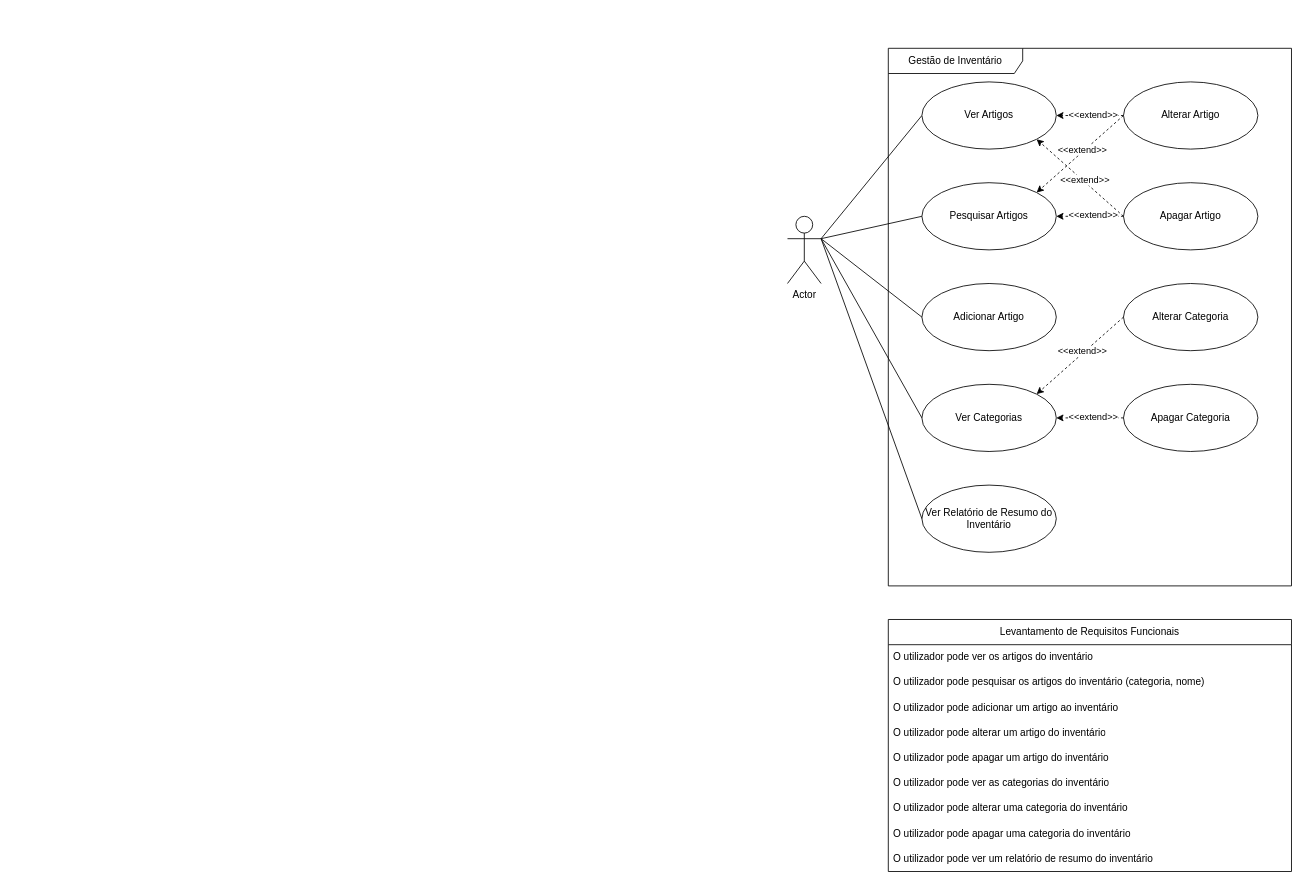
The draw.io diagram Diagrama de Casos de Uso e Levantamento Requisitos.drawio in raqlib/Projeto_Final, before the edit. Source tidied: cells renumbered, new cells numbered last; positions are measured from the earlier drawing's top-left corner, leaving out a move shared by most shapes. Both pictures are drawn from the tidied source at 84%, with x=0, y=0 at pixel (787, 48).
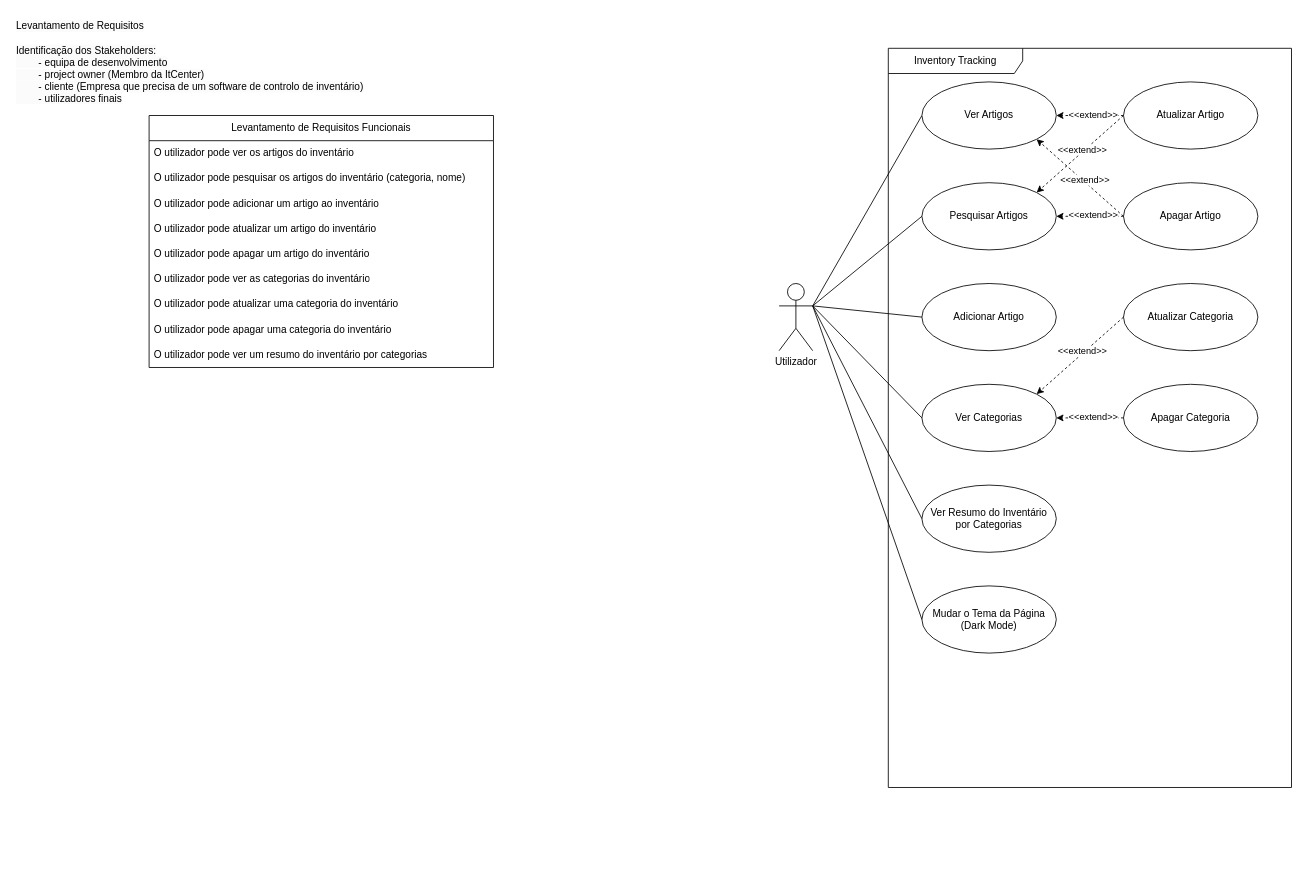
After the change.

The edit, as a diff of the source:
```diff
@@
-    <mxCell id="3" value="Actor" style="shape=umlActor;verticalLabelPosition=bottom;verticalAlign=top;html=1;outlineConnect=0;" parent="1" vertex="1">
-      <mxGeometry y="200" width="40" height="80" as="geometry" />
+    <mxCell id="3" value="Utilizador" style="shape=umlActor;verticalLabelPosition=bottom;verticalAlign=top;html=1;outlineConnect=0;" parent="1" vertex="1">
+      <mxGeometry x="-10" y="280" width="40" height="80" as="geometry" />
     </mxCell>
-    <mxCell id="4" value="Gestão de Inventário" style="shape=umlFrame;whiteSpace=wrap;html=1;width=160;" parent="1" vertex="1">
-      <mxGeometry x="120" width="480" height="640" as="geometry" />
+    <mxCell id="4" value="Inventory Tracking" style="shape=umlFrame;whiteSpace=wrap;html=1;width=160;" parent="1" vertex="1">
+      <mxGeometry x="120" width="480" height="880" as="geometry" />
     </mxCell>
@@
-    <mxCell id="11" value="Alterar Artigo" style="ellipse;whiteSpace=wrap;html=1;" parent="4" vertex="1">
+    <mxCell id="11" value="Atualizar Artigo" style="ellipse;whiteSpace=wrap;html=1;" parent="4" vertex="1">
       <mxGeometry x="280" y="40" width="160" height="80" as="geometry" />
     </mxCell>
@@
-    <mxCell id="20" value="Alterar Categoria" style="ellipse;whiteSpace=wrap;html=1;" parent="4" vertex="1">
+    <mxCell id="20" value="Atualizar Categoria" style="ellipse;whiteSpace=wrap;html=1;" parent="4" vertex="1">
       <mxGeometry x="280" y="280" width="160" height="80" as="geometry" />
     </mxCell>
@@
-    <mxCell id="25" value="Ver Relatório de Resumo do Inventário" style="ellipse;whiteSpace=wrap;html=1;" parent="4" vertex="1">
+    <mxCell id="25" value="Ver Resumo do Inventário por Categorias" style="ellipse;whiteSpace=wrap;html=1;" parent="4" vertex="1">
       <mxGeometry x="40" y="520" width="160" height="80" as="geometry" />
     </mxCell>
+    <mxCell id="40" value="Mudar o Tema da Página (Dark Mode)" style="ellipse;whiteSpace=wrap;html=1;" parent="4" vertex="1">
+      <mxGeometry x="40" y="640" width="160" height="80" as="geometry" />
+    </mxCell>
@@
     <mxCell id="29" value="Levantamento de Requisitos Funcionais" style="swimlane;fontStyle=0;horizontal=1;startSize=30;whiteSpace=wrap;html=1;" parent="1" vertex="1">
-      <mxGeometry x="120" y="680" width="480" height="300" as="geometry" />
+      <mxGeometry x="-760" y="80" width="410" height="300" as="geometry" />
     </mxCell>
     <mxCell id="30" value="O utilizador pode ver os artigos do inventário&amp;nbsp;" style="text;strokeColor=none;fillColor=none;align=left;verticalAlign=middle;spacingLeft=4;spacingRight=4;overflow=hidden;whiteSpace=wrap;html=1;" parent="29" vertex="1">
-      <mxGeometry y="30" width="480" height="30" as="geometry" />
+      <mxGeometry y="30" width="410" height="30" as="geometry" />
     </mxCell>
     <mxCell id="31" value="O utilizador pode pesquisar os artigos do inventário (categoria, nome)" style="text;strokeColor=none;fillColor=none;align=left;verticalAlign=middle;spacingLeft=4;spacingRight=4;overflow=hidden;whiteSpace=wrap;html=1;" parent="29" vertex="1">
-      <mxGeometry y="60" width="480" height="30" as="geometry" />
+      <mxGeometry y="60" width="410" height="30" as="geometry" />
     </mxCell>
     <mxCell id="32" value="O utilizador pode adicionar um artigo ao inventário" style="text;strokeColor=none;fillColor=none;align=left;verticalAlign=middle;spacingLeft=4;spacingRight=4;overflow=hidden;whiteSpace=wrap;html=1;" parent="29" vertex="1">
-      <mxGeometry y="90" width="480" height="30" as="geometry" />
+      <mxGeometry y="90" width="410" height="30" as="geometry" />
     </mxCell>
-    <mxCell id="33" value="O utilizador pode alterar um artigo do inventário" style="text;strokeColor=none;fillColor=none;align=left;verticalAlign=middle;spacingLeft=4;spacingRight=4;overflow=hidden;whiteSpace=wrap;html=1;" parent="29" vertex="1">
-      <mxGeometry y="120" width="480" height="30" as="geometry" />
+    <mxCell id="33" value="O utilizador pode atualizar um artigo do inventário" style="text;strokeColor=none;fillColor=none;align=left;verticalAlign=middle;spacingLeft=4;spacingRight=4;overflow=hidden;whiteSpace=wrap;html=1;" parent="29" vertex="1">
+      <mxGeometry y="120" width="410" height="30" as="geometry" />
     </mxCell>
     <mxCell id="34" value="O utilizador pode apagar um artigo do inventário" style="text;strokeColor=none;fillColor=none;align=left;verticalAlign=middle;spacingLeft=4;spacingRight=4;overflow=hidden;whiteSpace=wrap;html=1;" parent="29" vertex="1">
-      <mxGeometry y="150" width="480" height="30" as="geometry" />
+      <mxGeometry y="150" width="410" height="30" as="geometry" />
     </mxCell>
     <mxCell id="35" value="O utilizador pode ver as categorias do inventário" style="text;strokeColor=none;fillColor=none;align=left;verticalAlign=middle;spacingLeft=4;spacingRight=4;overflow=hidden;whiteSpace=wrap;html=1;" parent="29" vertex="1">
-      <mxGeometry y="180" width="480" height="30" as="geometry" />
+      <mxGeometry y="180" width="410" height="30" as="geometry" />
     </mxCell>
-    <mxCell id="36" value="O utilizador pode alterar uma categoria do inventário" style="text;strokeColor=none;fillColor=none;align=left;verticalAlign=middle;spacingLeft=4;spacingRight=4;overflow=hidden;whiteSpace=wrap;html=1;" parent="29" vertex="1">
-      <mxGeometry y="210" width="480" height="30" as="geometry" />
+    <mxCell id="36" value="O utilizador pode atualizar uma categoria do inventário" style="text;strokeColor=none;fillColor=none;align=left;verticalAlign=middle;spacingLeft=4;spacingRight=4;overflow=hidden;whiteSpace=wrap;html=1;" parent="29" vertex="1">
+      <mxGeometry y="210" width="410" height="30" as="geometry" />
     </mxCell>
     <mxCell id="37" value="O utilizador pode apagar uma categoria do inventário" style="text;strokeColor=none;fillColor=none;align=left;verticalAlign=middle;spacingLeft=4;spacingRight=4;overflow=hidden;whiteSpace=wrap;html=1;" parent="29" vertex="1">
-      <mxGeometry y="240" width="480" height="30" as="geometry" />
+      <mxGeometry y="240" width="410" height="30" as="geometry" />
     </mxCell>
-    <mxCell id="38" value="O utilizador pode ver um relatório de resumo do inventário" style="text;strokeColor=none;fillColor=none;align=left;verticalAlign=middle;spacingLeft=4;spacingRight=4;overflow=hidden;whiteSpace=wrap;html=1;" parent="29" vertex="1">
-      <mxGeometry y="270" width="480" height="30" as="geometry" />
+    <mxCell id="38" value="O utilizador pode ver um resumo do inventário por categorias" style="text;strokeColor=none;fillColor=none;align=left;verticalAlign=middle;spacingLeft=4;spacingRight=4;overflow=hidden;whiteSpace=wrap;html=1;" parent="29" vertex="1">
+      <mxGeometry y="270" width="410" height="30" as="geometry" />
     </mxCell>
@@
+    <mxCell id="41" value="&lt;span style=&quot;color: rgb(0, 0, 0); font-family: Helvetica; font-size: 12px; font-style: normal; font-variant-ligatures: normal; font-variant-caps: normal; font-weight: 400; letter-spacing: normal; orphans: 2; text-align: center; text-indent: 0px; text-transform: none; widows: 2; word-spacing: 0px; -webkit-text-stroke-width: 0px; background-color: rgb(251, 251, 251); text-decoration-thickness: initial; text-decoration-style: initial; text-decoration-color: initial; float: none; display: inline !important;&quot;&gt;Levantamento de Requisitos&lt;br&gt;&lt;br&gt;Identificação dos Stakeholders:&lt;br&gt;&lt;span style=&quot;white-space: pre;&quot;&gt;&#9;&lt;/span&gt;- equipa de desenvolvimento&lt;br&gt;&lt;span style=&quot;white-space: pre;&quot;&gt;&#9;&lt;/span&gt;- project owner (Membro da ItCenter)&lt;br&gt;&lt;span style=&quot;white-space: pre;&quot;&gt;&#9;&lt;/span&gt;- cliente (Empresa que precisa de um software de controlo de inventário)&lt;br&gt;&lt;span style=&quot;white-space: pre;&quot;&gt;&#9;&lt;/span&gt;- utilizadores finais&lt;br&gt;&lt;/span&gt;" style="text;whiteSpace=wrap;html=1;" parent="1" vertex="1">
+      <mxGeometry x="-920" y="-40" width="500" height="40" as="geometry" />
+    </mxCell>
+    <mxCell id="42" style="rounded=0;jettySize=auto;html=1;entryX=0;entryY=0.5;entryDx=0;entryDy=0;endArrow=none;endFill=0;exitX=1;exitY=0.3333333333333333;exitDx=0;exitDy=0;exitPerimeter=0;" parent="1" edge="1" source="3" target="40">
+      <mxGeometry relative="1" as="geometry" />
+    </mxCell>
```
